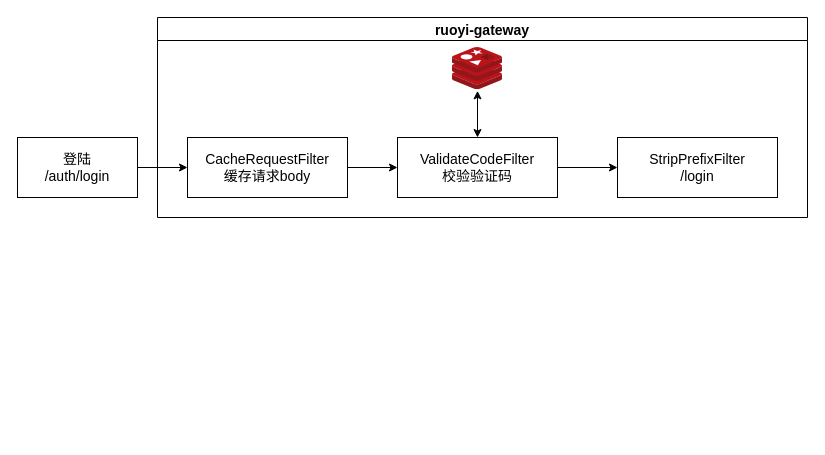
This is ruoyi.drawio from songailin/draw, a draw.io file, before an edit. Source tidied: cells renumbered, new cells numbered last; positions are measured from the earlier drawing's top-left corner, leaving out a move shared by most shapes. Both pictures are drawn from the tidied source at 100%, with x=0, y=0 at pixel (17, 17).
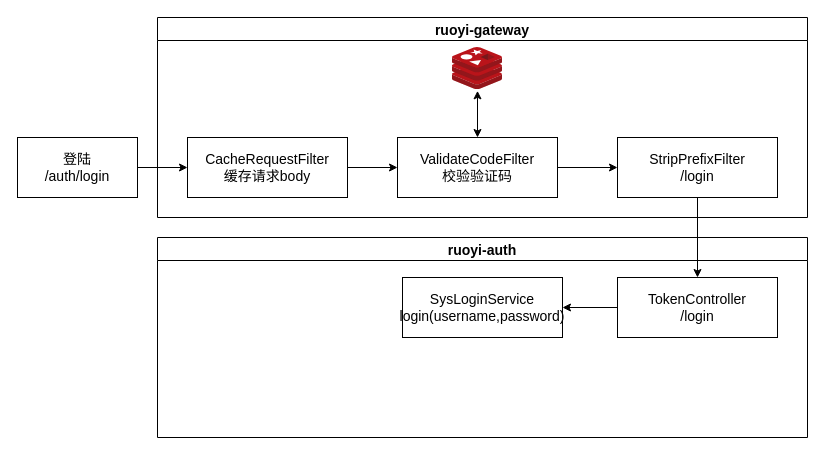
Above is the later version.

Diff of the diagram source:
```diff
@@
 <mxGraphModel>
   <root>
     <mxCell id="0" />
     <mxCell id="1" parent="0" />
     <mxCell id="2" style="edgeStyle=orthogonalEdgeStyle;rounded=0;jettySize=auto;html=1;fontSize=14;" parent="1" edge="1" source="3" target="5">
       <mxGeometry relative="1" as="geometry" />
     </mxCell>
     <mxCell id="3" value="登陆&lt;br style=&quot;font-size: 14px;&quot;&gt;/auth/login" style="rounded=0;whiteSpace=wrap;html=1;fontSize=14;" parent="1" vertex="1">
       <mxGeometry y="120" width="120" height="60" as="geometry" />
     </mxCell>
     <mxCell id="4" value="ruoyi-gateway" style="swimlane;fontSize=14;" parent="1" vertex="1">
       <mxGeometry x="140" width="650" height="200" as="geometry" />
     </mxCell>
     <mxCell id="5" value="CacheRequestFilter&lt;br&gt;缓存请求body" style="rounded=0;whiteSpace=wrap;html=1;fontSize=14;" parent="4" vertex="1">
       <mxGeometry x="30" y="120" width="160" height="60" as="geometry" />
     </mxCell>
     <mxCell id="6" value="ValidateCodeFilter&lt;br&gt;校验验证码" style="rounded=0;whiteSpace=wrap;html=1;fontSize=14;" parent="4" vertex="1">
       <mxGeometry x="240" y="120" width="160" height="60" as="geometry" />
     </mxCell>
     <mxCell id="7" style="edgeStyle=orthogonalEdgeStyle;rounded=0;jettySize=auto;html=1;fontSize=14;" parent="4" edge="1" source="5" target="6">
       <mxGeometry relative="1" as="geometry" />
     </mxCell>
     <mxCell id="8" style="sketch=0;html=1;points=[];align=center;image;fontSize=12;image=img/lib/mscae/Cache_Redis_Product.svg;" parent="4" vertex="1">
       <mxGeometry x="295" y="30" width="50" height="42" as="geometry" />
     </mxCell>
     <mxCell id="9" style="edgeStyle=orthogonalEdgeStyle;rounded=0;jettySize=auto;html=1;entryX=0.5;entryY=1.032;entryDx=0;entryDy=0;entryPerimeter=0;fontSize=14;startArrow=classic;startFill=1;" parent="4" edge="1" source="6" target="8">
       <mxGeometry relative="1" as="geometry" />
     </mxCell>
     <mxCell id="10" value="StripPrefixFilter&lt;br&gt;/login" style="rounded=0;whiteSpace=wrap;html=1;fontSize=14;" parent="4" vertex="1">
       <mxGeometry x="460" y="120" width="160" height="60" as="geometry" />
     </mxCell>
     <mxCell id="11" style="edgeStyle=orthogonalEdgeStyle;rounded=0;jettySize=auto;html=1;fontSize=14;startArrow=none;startFill=0;" parent="4" edge="1" source="6" target="10">
       <mxGeometry relative="1" as="geometry" />
     </mxCell>
+    <mxCell id="12" style="edgeStyle=orthogonalEdgeStyle;rounded=0;jettySize=auto;html=1;fontSize=14;startArrow=none;startFill=0;" parent="1" edge="1" source="13" target="14">
+      <mxGeometry relative="1" as="geometry" />
+    </mxCell>
+    <mxCell id="13" value="TokenController&lt;br&gt;/login" style="rounded=0;whiteSpace=wrap;html=1;fontSize=14;" parent="1" vertex="1">
+      <mxGeometry x="600" y="260" width="160" height="60" as="geometry" />
+    </mxCell>
+    <mxCell id="14" value="SysLoginService&lt;br&gt;login(username,password)" style="rounded=0;whiteSpace=wrap;html=1;fontSize=14;" parent="1" vertex="1">
+      <mxGeometry x="385" y="260" width="160" height="60" as="geometry" />
+    </mxCell>
+    <mxCell id="15" value="ruoyi-auth" style="swimlane;fontSize=14;" parent="1" vertex="1">
+      <mxGeometry x="140" y="220" width="650" height="200" as="geometry" />
+    </mxCell>
+    <mxCell id="16" style="edgeStyle=orthogonalEdgeStyle;rounded=0;jettySize=auto;html=1;fontSize=14;startArrow=none;startFill=0;" parent="1" edge="1" source="10" target="13">
+      <mxGeometry relative="1" as="geometry" />
+    </mxCell>
   </root>
 </mxGraphModel>
```
